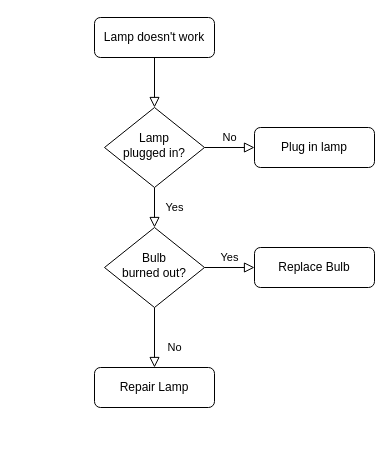
Before: Untitled Diagram.drawio in salmanfarisvp/Documents, a draw.io diagram. Source tidied: cells renumbered, new cells numbered last; positions are measured from the earlier drawing's top-left corner, leaving out a move shared by most shapes. Both pictures are drawn from the tidied source at 100%, with x=0, y=0 at pixel (94, 17).
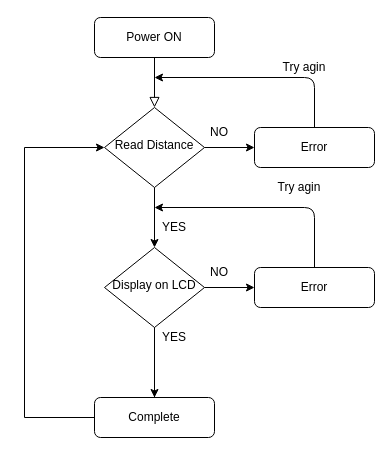
Above is the later version.

What changed in the source:
```diff
@@
-    <mxCell id="3" value="Lamp doesn't work" style="rounded=1;whiteSpace=wrap;html=1;fontSize=12;glass=0;strokeWidth=1;shadow=0;" parent="1" vertex="1">
+    <mxCell id="3" value="Power ON" style="rounded=1;whiteSpace=wrap;html=1;fontSize=12;glass=0;strokeWidth=1;shadow=0;" parent="1" vertex="1">
       <mxGeometry width="120" height="40" as="geometry" />
     </mxCell>
-    <mxCell id="4" value="Yes" style="rounded=0;html=1;jettySize=auto;fontSize=11;endArrow=block;endFill=0;endSize=8;strokeWidth=1;shadow=0;labelBackgroundColor=none;edgeStyle=orthogonalEdgeStyle;" parent="1" edge="1" source="6" target="10">
-      <mxGeometry y="20" relative="1" as="geometry" />
-    </mxCell>
-    <mxCell id="5" value="No" style="edgeStyle=orthogonalEdgeStyle;rounded=0;html=1;jettySize=auto;fontSize=11;endArrow=block;endFill=0;endSize=8;strokeWidth=1;shadow=0;labelBackgroundColor=none;" parent="1" edge="1" source="6" target="7">
-      <mxGeometry y="10" relative="1" as="geometry" />
-    </mxCell>
-    <mxCell id="6" value="Lamp&lt;br&gt;plugged in?" style="rhombus;whiteSpace=wrap;html=1;shadow=0;fontFamily=Helvetica;fontSize=12;align=center;strokeWidth=1;spacing=6;spacingTop=-4;" parent="1" vertex="1">
+    <mxCell id="6" value="Read Distance" style="rhombus;whiteSpace=wrap;html=1;shadow=0;fontFamily=Helvetica;fontSize=12;align=center;strokeWidth=1;spacing=6;spacingTop=-4;" parent="1" vertex="1">
       <mxGeometry x="10" y="90" width="100" height="80" as="geometry" />
     </mxCell>
-    <mxCell id="7" value="Plug in lamp" style="rounded=1;whiteSpace=wrap;html=1;fontSize=12;glass=0;strokeWidth=1;shadow=0;" parent="1" vertex="1">
+    <mxCell id="7" value="Error" style="rounded=1;whiteSpace=wrap;html=1;fontSize=12;glass=0;strokeWidth=1;shadow=0;" parent="1" vertex="1">
       <mxGeometry x="160" y="110" width="120" height="40" as="geometry" />
     </mxCell>
-    <mxCell id="8" value="No" style="rounded=0;html=1;jettySize=auto;fontSize=11;endArrow=block;endFill=0;endSize=8;strokeWidth=1;shadow=0;labelBackgroundColor=none;edgeStyle=orthogonalEdgeStyle;" parent="1" edge="1" source="10" target="11">
-      <mxGeometry x="0.33" y="20" relative="1" as="geometry" />
-    </mxCell>
-    <mxCell id="9" value="Yes" style="edgeStyle=orthogonalEdgeStyle;rounded=0;html=1;jettySize=auto;fontSize=11;endArrow=block;endFill=0;endSize=8;strokeWidth=1;shadow=0;labelBackgroundColor=none;" parent="1" edge="1" source="10" target="12">
-      <mxGeometry y="10" relative="1" as="geometry" />
-    </mxCell>
+    <mxCell id="13" style="edgeStyle=orthogonalEdgeStyle;rounded=0;jettySize=auto;html=1;entryX=0;entryY=0.5;entryDx=0;entryDy=0;" parent="1" edge="1" source="10" target="6">
+      <mxGeometry relative="1" as="geometry">
+        <Array as="points">
+          <mxPoint x="60" y="400" />
+          <mxPoint x="-70" y="400" />
+          <mxPoint x="-70" y="130" />
+        </Array>
+      </mxGeometry>
+    </mxCell>
-    <mxCell id="10" value="Bulb&lt;br&gt;burned out?" style="rhombus;whiteSpace=wrap;html=1;shadow=0;fontFamily=Helvetica;fontSize=12;align=center;strokeWidth=1;spacing=6;spacingTop=-4;" parent="1" vertex="1">
-      <mxGeometry x="10" y="210" width="100" height="80" as="geometry" />
+    <mxCell id="10" value="Display on LCD" style="rhombus;whiteSpace=wrap;html=1;shadow=0;fontFamily=Helvetica;fontSize=12;align=center;strokeWidth=1;spacing=6;spacingTop=-4;" parent="1" vertex="1">
+      <mxGeometry x="10" y="230" width="100" height="80" as="geometry" />
     </mxCell>
-    <mxCell id="11" value="Repair Lamp" style="rounded=1;whiteSpace=wrap;html=1;fontSize=12;glass=0;strokeWidth=1;shadow=0;" parent="1" vertex="1">
-      <mxGeometry y="350" width="120" height="40" as="geometry" />
+    <mxCell id="11" value="Complete" style="rounded=1;whiteSpace=wrap;html=1;fontSize=12;glass=0;strokeWidth=1;shadow=0;" parent="1" vertex="1">
+      <mxGeometry y="380" width="120" height="40" as="geometry" />
     </mxCell>
-    <mxCell id="12" value="Replace Bulb" style="rounded=1;whiteSpace=wrap;html=1;fontSize=12;glass=0;strokeWidth=1;shadow=0;" parent="1" vertex="1">
-      <mxGeometry x="160" y="230" width="120" height="40" as="geometry" />
+    <mxCell id="12" value="Error" style="rounded=1;whiteSpace=wrap;html=1;fontSize=12;glass=0;strokeWidth=1;shadow=0;" parent="1" vertex="1">
+      <mxGeometry x="160" y="250" width="120" height="40" as="geometry" />
     </mxCell>
+    <mxCell id="5" style="endArrow=classic;html=1;exitX=1;exitY=0.5;exitDx=0;exitDy=0;entryX=0;entryY=0.5;entryDx=0;entryDy=0;" parent="1" edge="1" source="6" target="7">
+      <mxGeometry relative="1" as="geometry" />
+    </mxCell>
+    <mxCell id="14" value="NO" style="text;html=1;strokeColor=none;fillColor=none;align=center;verticalAlign=middle;whiteSpace=wrap;rounded=0;" parent="1" vertex="1">
+      <mxGeometry x="120" y="110" width="10" height="10" as="geometry" />
+    </mxCell>
+    <mxCell id="4" style="endArrow=classic;html=1;exitX=0.5;exitY=1;exitDx=0;exitDy=0;entryX=0.5;entryY=0;entryDx=0;entryDy=0;" parent="1" edge="1" source="6" target="10">
+      <mxGeometry relative="1" as="geometry" />
+    </mxCell>
+    <mxCell id="15" value="YES" style="text;html=1;strokeColor=none;fillColor=none;align=center;verticalAlign=middle;whiteSpace=wrap;rounded=0;" parent="1" vertex="1">
+      <mxGeometry x="60" y="200" width="40" height="20" as="geometry" />
+    </mxCell>
+    <mxCell id="16" style="endArrow=classic;html=1;exitX=0.5;exitY=0;exitDx=0;exitDy=0;" parent="1" edge="1" source="7">
+      <mxGeometry relative="1" as="geometry">
+        <mxPoint x="60" y="60" as="targetPoint" />
+        <Array as="points">
+          <mxPoint x="220" y="60" />
+        </Array>
+      </mxGeometry>
+    </mxCell>
+    <mxCell id="17" value="Try agin" style="text;html=1;strokeColor=none;fillColor=none;align=center;verticalAlign=middle;whiteSpace=wrap;rounded=0;" parent="1" vertex="1">
+      <mxGeometry x="180" y="40" width="60" height="20" as="geometry" />
+    </mxCell>
+    <mxCell id="18" style="endArrow=classic;html=1;exitX=1;exitY=0.5;exitDx=0;exitDy=0;entryX=0;entryY=0.5;entryDx=0;entryDy=0;" parent="1" edge="1">
+      <mxGeometry relative="1" as="geometry">
+        <mxPoint x="110" y="270" as="sourcePoint" />
+        <mxPoint x="160" y="270" as="targetPoint" />
+      </mxGeometry>
+    </mxCell>
+    <mxCell id="19" value="NO" style="text;html=1;strokeColor=none;fillColor=none;align=center;verticalAlign=middle;whiteSpace=wrap;rounded=0;" parent="1" vertex="1">
+      <mxGeometry x="120" y="250" width="10" height="10" as="geometry" />
+    </mxCell>
+    <mxCell id="20" value="YES" style="text;html=1;strokeColor=none;fillColor=none;align=center;verticalAlign=middle;whiteSpace=wrap;rounded=0;" parent="1" vertex="1">
+      <mxGeometry x="60" y="310" width="40" height="20" as="geometry" />
+    </mxCell>
+    <mxCell id="8" style="endArrow=classic;html=1;exitX=0.5;exitY=1;exitDx=0;exitDy=0;entryX=0.5;entryY=0;entryDx=0;entryDy=0;" parent="1" edge="1" source="10" target="11">
+      <mxGeometry relative="1" as="geometry" />
+    </mxCell>
+    <mxCell id="21" style="endArrow=classic;html=1;exitX=0.5;exitY=0;exitDx=0;exitDy=0;" parent="1" edge="1" source="12">
+      <mxGeometry relative="1" as="geometry">
+        <mxPoint x="60" y="190" as="targetPoint" />
+        <Array as="points">
+          <mxPoint x="220" y="190" />
+        </Array>
+      </mxGeometry>
+    </mxCell>
+    <mxCell id="22" value="Try agin" style="text;html=1;strokeColor=none;fillColor=none;align=center;verticalAlign=middle;whiteSpace=wrap;rounded=0;" parent="1" vertex="1">
+      <mxGeometry x="180" y="160" width="50" height="20" as="geometry" />
+    </mxCell>
```
